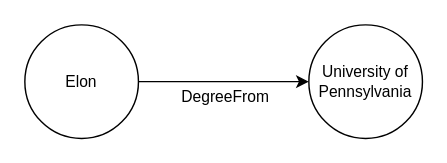
This is page "triple" (5 of 5) of Thesis_diagrams.drawio from smejkka3/kge-w-rule-based-reasoning, a draw.io file, before an edit. Source tidied: cells renumbered, new cells numbered last; positions are measured from the earlier drawing's top-left corner, leaving out a move shared by most shapes. Both pictures are drawn from the tidied source at 142%, with x=0, y=0 at pixel (24, 24).
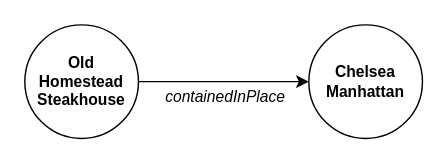
After the change.

Diff of the diagram source:
```diff
@@
 <mxGraphModel>
   <root>
     <mxCell id="0" />
     <mxCell id="1" parent="0" />
     <mxCell id="2" style="edgeStyle=orthogonalEdgeStyle;rounded=0;jettySize=auto;html=1;exitX=1;exitY=0.5;exitDx=0;exitDy=0;entryX=0;entryY=0.5;entryDx=0;entryDy=0;fontSize=11;" parent="1" edge="1" source="4" target="5">
       <mxGeometry relative="1" as="geometry" />
     </mxCell>
-    <mxCell id="3" value="DegreeFrom" style="edgeLabel;html=1;align=center;verticalAlign=middle;fontSize=11;fontColor=default;" parent="2" vertex="1">
+    <mxCell id="3" value="containedInPlace" style="edgeLabel;html=1;align=center;verticalAlign=middle;fontSize=11;fontColor=default;fontStyle=2;" parent="2" vertex="1">
       <mxGeometry x="-0.22" y="1" relative="1" as="geometry">
         <mxPoint x="13" y="11" as="offset" />
       </mxGeometry>
     </mxCell>
-    <mxCell id="4" value="Elon" style="ellipse;whiteSpace=wrap;html=1;fontSize=11;fontColor=default;" parent="1" vertex="1">
+    <mxCell id="4" value="Old Homestead Steakhouse" style="ellipse;whiteSpace=wrap;html=1;fontSize=11;fontColor=default;fontStyle=1;" parent="1" vertex="1">
       <mxGeometry width="80" height="80" as="geometry" />
     </mxCell>
-    <mxCell id="5" value="University of Pennsylvania" style="ellipse;whiteSpace=wrap;html=1;fontSize=11;" parent="1" vertex="1">
+    <mxCell id="5" value="Chelsea Manhattan" style="ellipse;whiteSpace=wrap;html=1;fontSize=11;fontStyle=1;" parent="1" vertex="1">
       <mxGeometry x="200" width="80" height="80" as="geometry" />
     </mxCell>
   </root>
 </mxGraphModel>
```
